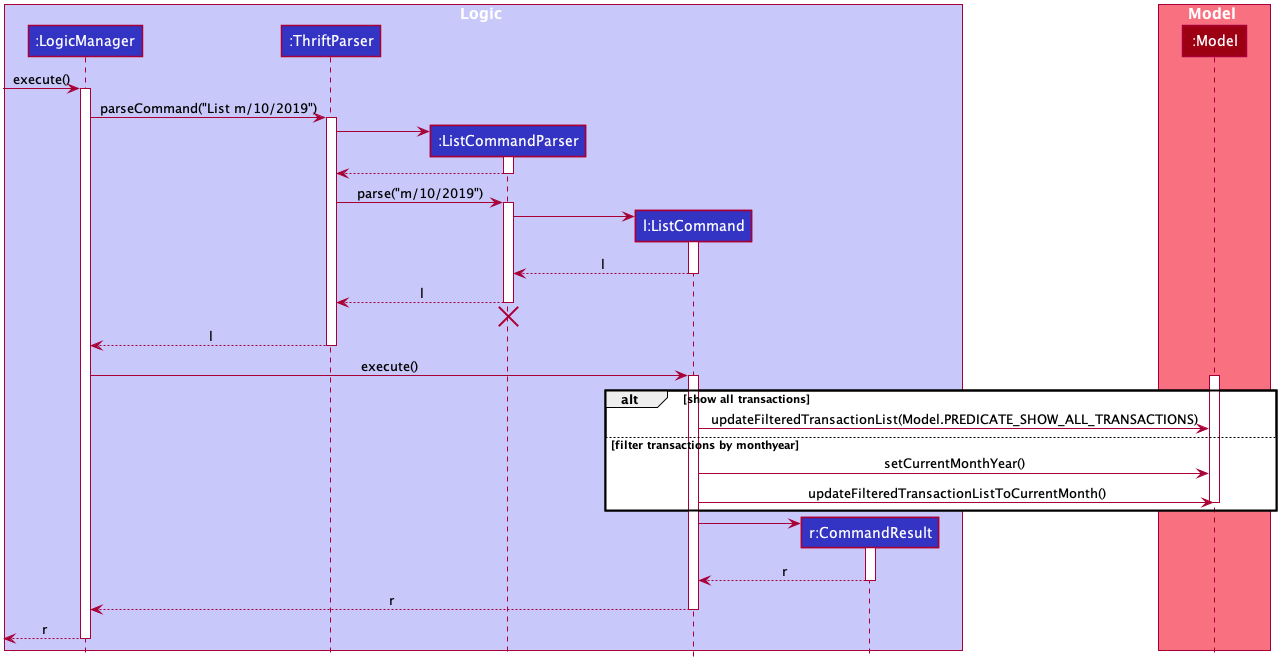
kensonoenqh/main keeps this PlantUML diagram as docs/images/list/ListSequenceDiagram.png. Above is the earlier version.
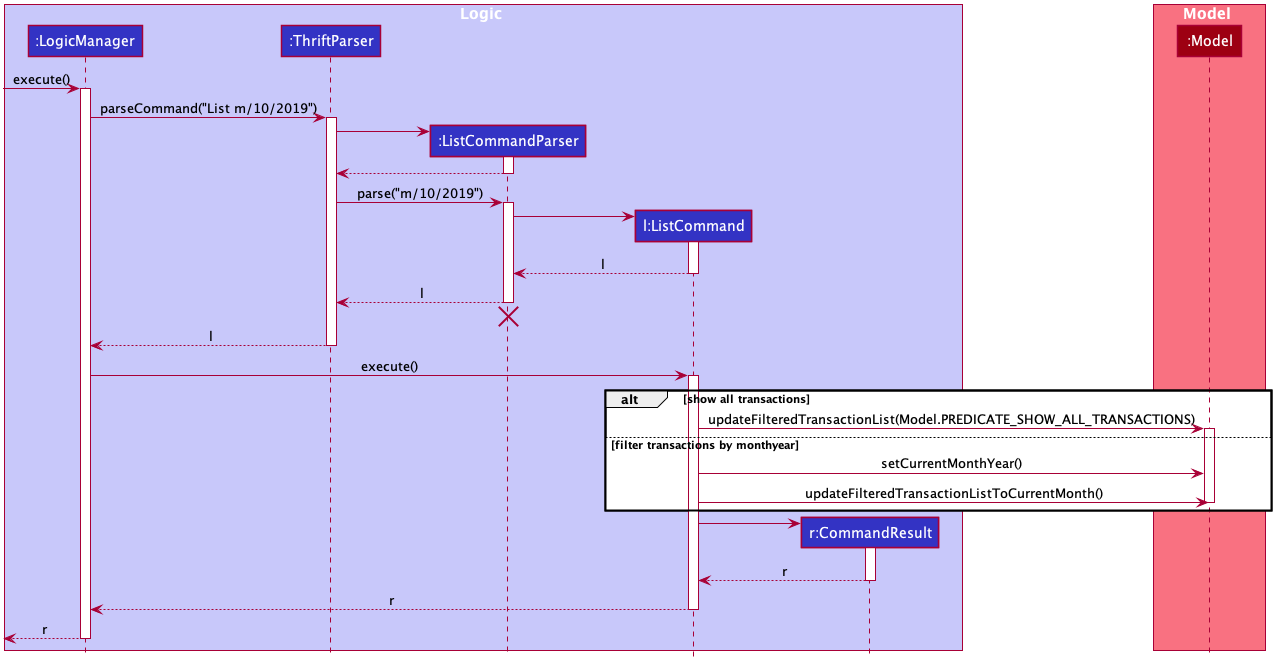
After the change.

Commit message:
Fixed activation bar of ListSequenceDiagram

The edit, as a diff of the source:
```diff
@@ -93,10 +93,9 @@
 LogicManager -> ListCommand : execute()
 activate ListCommand
 
-activate Model
-
 alt show all transactions
     ListCommand -> Model: updateFilteredTransactionList(Model.PREDICATE_SHOW_ALL_TRANSACTIONS)
+    activate Model
 
 else filter transactions by monthyear
     ListCommand -> Model: setCurrentMonthYear()
```
